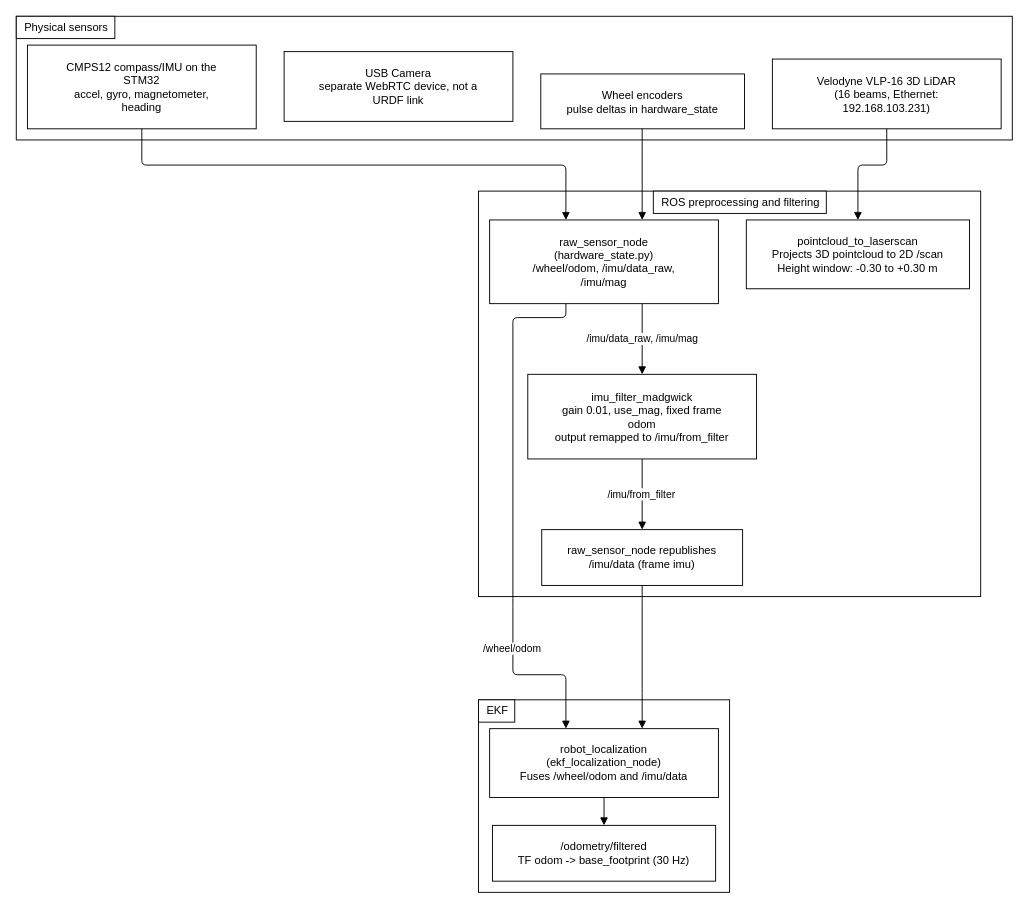
itbdelaboprogramming/msd700_documentation keeps this draw.io diagram as docs/development/ros/diagrams/sensor-fusion-and-control-perception-and-fusion-architecture.drawio. Above is the earlier version. Source tidied: cells renumbered, new cells numbered last; positions are measured from the earlier drawing's top-left corner, leaving out a move shared by most shapes. Both pictures are drawn from the tidied source at 93%, with x=0, y=0 at pixel (16, 16).
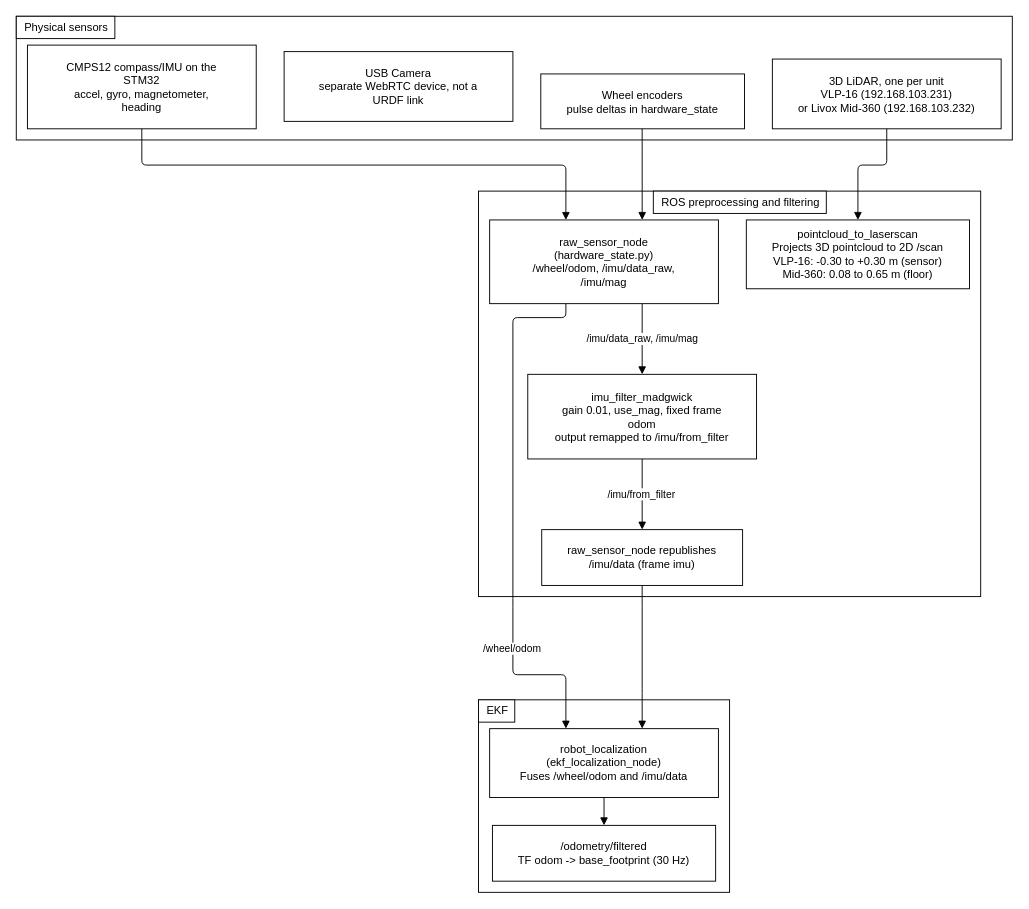
The same page after the edit.

Unchanged cells that the change refers to:
```xml
<mxCell id="2" style="rounded=0;html=1;whiteSpace=wrap;fillColor=#ffffff;strokeColor=#000000;" parent="1" vertex="1">
  <mxGeometry x="497" y="188" width="540" height="436" as="geometry" />
</mxCell>
<mxCell id="3" style="rounded=0;html=1;whiteSpace=wrap;fillColor=#ffffff;strokeColor=#000000;" parent="1" vertex="1">
  <mxGeometry width="1071" height="133" as="geometry" />
</mxCell>
```

What changed in the source:
```diff
@@
-    <mxCell id="5" value="Velodyne VLP-16 3D LiDAR&lt;br&gt;(16 beams, Ethernet:&lt;br&gt;192.168.103.231)" style="html=1;whiteSpace=wrap;fillColor=#ffffff;strokeColor=#000000;rounded=0;fontFamily=Helvetica;fontSize=12;fontColor=#000000;" parent="3" vertex="1">
+    <mxCell id="5" value="3D LiDAR, one per unit&lt;br&gt;VLP-16 (192.168.103.231)&lt;br&gt;or Livox Mid-360 (192.168.103.232)" style="html=1;whiteSpace=wrap;fillColor=#ffffff;strokeColor=#000000;rounded=0;fontFamily=Helvetica;fontSize=12;fontColor=#000000;" parent="3" vertex="1">
       <mxGeometry x="813" y="46" width="246" height="75" as="geometry" />
     </mxCell>
@@
-    <mxCell id="9" value="pointcloud_to_laserscan&lt;br&gt;Projects 3D pointcloud to 2D /scan&lt;br&gt;Height window: -0.30 to +0.30 m" style="html=1;whiteSpace=wrap;fillColor=#ffffff;strokeColor=#000000;rounded=0;fontFamily=Helvetica;fontSize=12;fontColor=#000000;" parent="2" vertex="1">
+    <mxCell id="9" value="pointcloud_to_laserscan&lt;br&gt;Projects 3D pointcloud to 2D /scan&lt;br&gt;VLP-16: -0.30 to +0.30 m (sensor)&lt;br&gt;Mid-360: 0.08 to 0.65 m (floor)" style="html=1;whiteSpace=wrap;fillColor=#ffffff;strokeColor=#000000;rounded=0;fontFamily=Helvetica;fontSize=12;fontColor=#000000;" parent="2" vertex="1">
       <mxGeometry x="288" y="31" width="240" height="74" as="geometry" />
     </mxCell>
```
